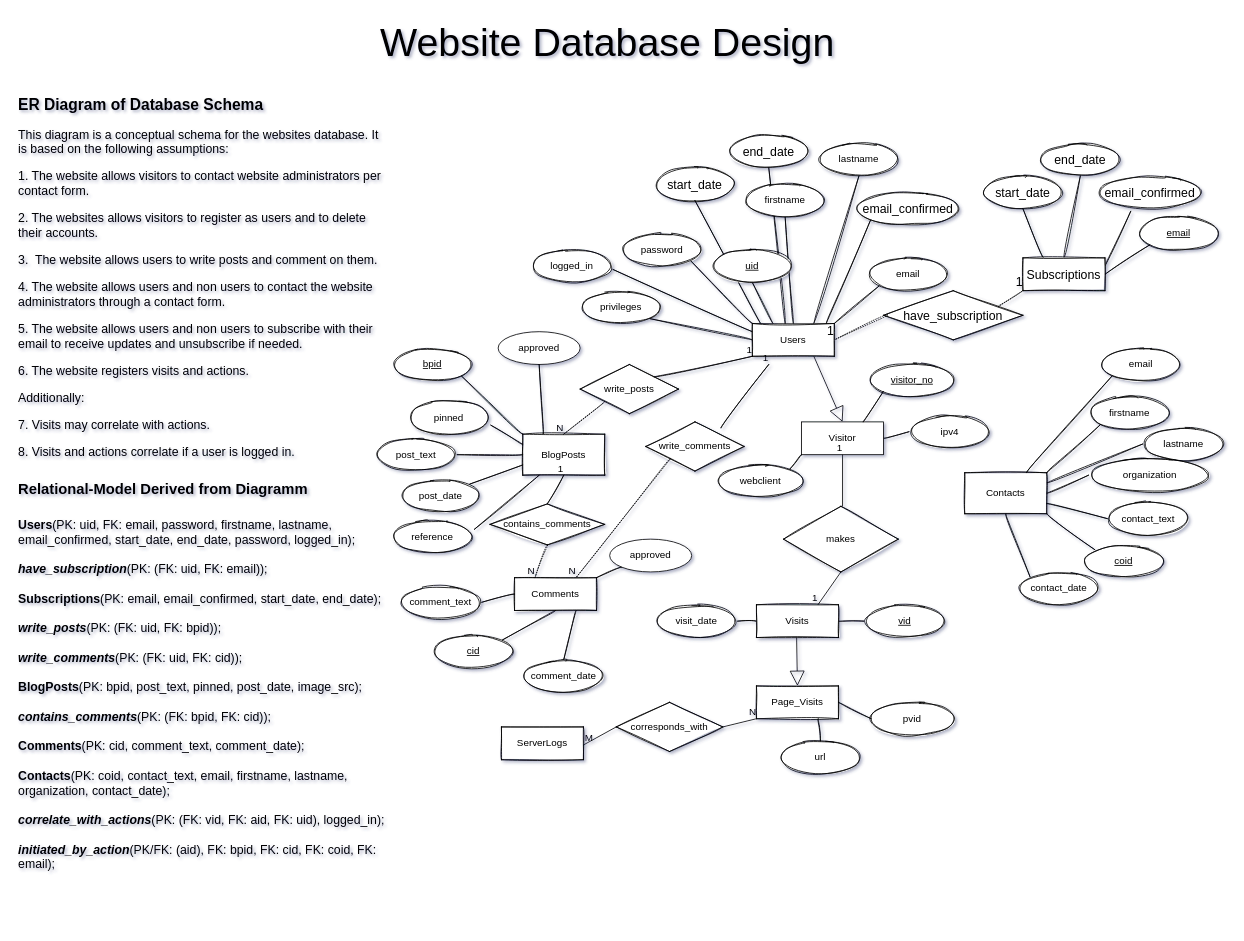
Before: website/db/design/schema_v02.drawio in colinhex/website, a draw.io diagram. Source tidied: cells renumbered, new cells numbered last; positions are measured from the earlier drawing's top-left corner, leaving out a move shared by most shapes. Both pictures are drawn from the tidied source at 82%, with x=0, y=0 at pixel (14, 14).
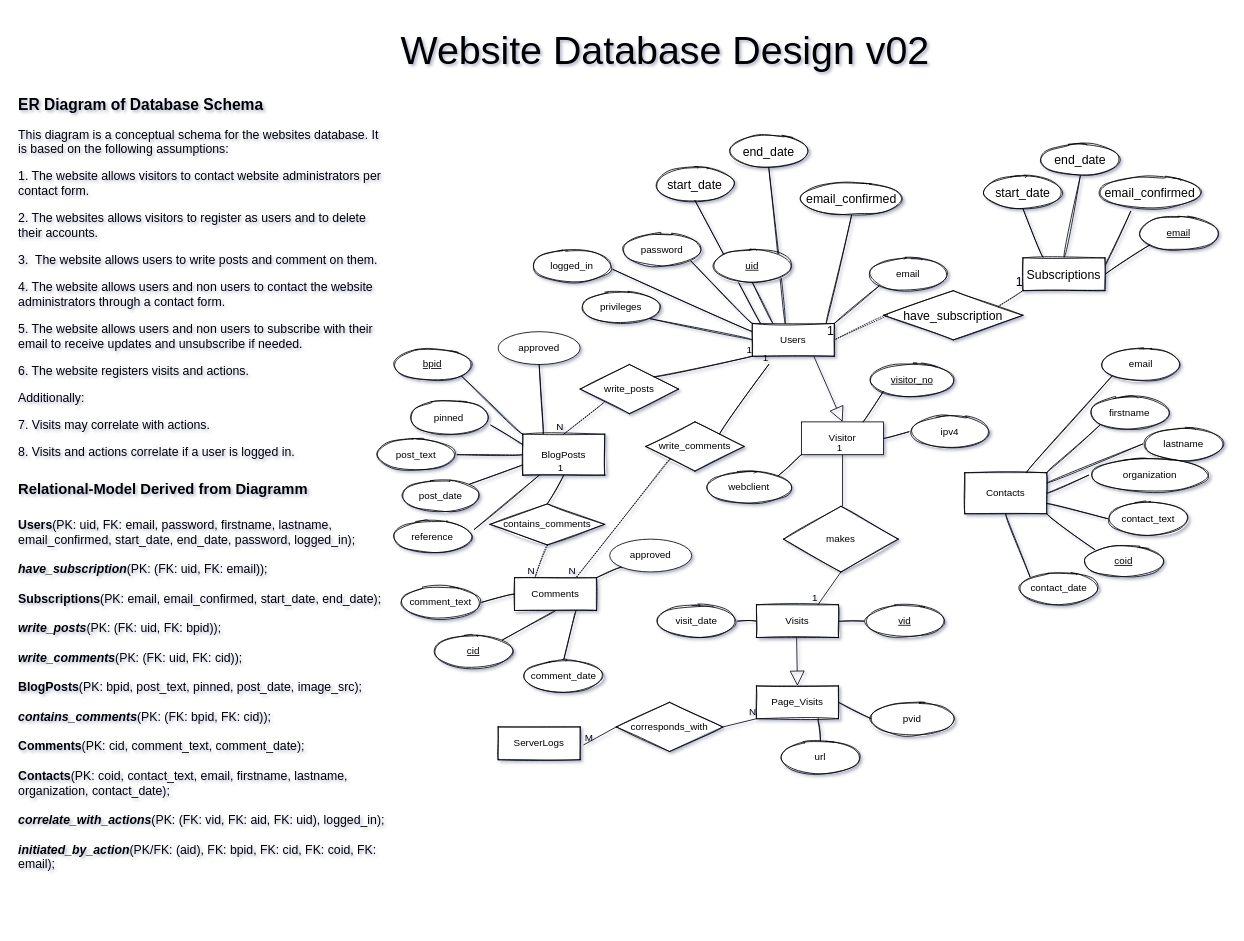
The same page after the edit.

The change refers to these unchanged cells:
```xml
<mxCell id="31" value="Users" style="whiteSpace=wrap;html=1;align=center;sketch=1;" parent="1" vertex="1">
  <mxGeometry x="900" y="377" width="100" height="40" as="geometry" />
</mxCell>
<mxCell id="53" value="write_comments" style="shape=rhombus;perimeter=rhombusPerimeter;whiteSpace=wrap;html=1;align=center;sketch=1;" parent="1" vertex="1">
  <mxGeometry x="770" y="497" width="120" height="60" as="geometry" />
</mxCell>
```

The edit, as a diff of the source:
```diff
@@
-    <mxCell id="35" style="endArrow=none;html=1;exitX=0.5;exitY=0;exitDx=0;exitDy=0;entryX=0.5;entryY=1;entryDx=0;entryDy=0;sketch=1;curved=1;" parent="1" edge="1" source="31" target="81">
-      <mxGeometry relative="1" as="geometry" />
-    </mxCell>
@@
-    <mxCell id="50" value="lastname" style="ellipse;whiteSpace=wrap;html=1;align=center;sketch=1;" parent="1" vertex="1">
-      <mxGeometry x="980" y="157" width="100" height="40" as="geometry" />
-    </mxCell>
-    <mxCell id="51" style="endArrow=none;html=1;exitX=0.75;exitY=0;exitDx=0;exitDy=0;entryX=0.5;entryY=1;entryDx=0;entryDy=0;sketch=1;curved=1;" parent="1" edge="1" source="31" target="50">
-      <mxGeometry relative="1" as="geometry" />
-    </mxCell>
@@
-    <mxCell id="54" style="endArrow=none;html=1;exitX=0.762;exitY=0.13;exitDx=0;exitDy=0;exitPerimeter=0;sketch=1;curved=1;" parent="1" edge="1" source="53">
+    <mxCell id="54" style="endArrow=none;html=1;exitX=1;exitY=0;exitDx=0;exitDy=0;sketch=1;curved=1;" parent="1" edge="1" source="53">
       <mxGeometry relative="1" as="geometry">
         <mxPoint x="920" y="427" as="targetPoint" />
       </mxGeometry>
     </mxCell>
@@
     <mxCell id="75" value="email_confirmed" style="ellipse;whiteSpace=wrap;html=1;align=center;fontSize=15;sketch=1;" parent="1" vertex="1">
-      <mxGeometry x="1025" y="217" width="130" height="40" as="geometry" />
+      <mxGeometry x="956" y="205" width="130" height="40" as="geometry" />
     </mxCell>
-    <mxCell id="76" style="endArrow=none;html=1;entryX=0;entryY=1;entryDx=0;entryDy=0;sketch=1;curved=1;" parent="1" edge="1" target="75">
+    <mxCell id="76" style="endArrow=none;html=1;entryX=0.5;entryY=1;entryDx=0;entryDy=0;sketch=1;curved=1;" parent="1" edge="1" target="75">
       <mxGeometry relative="1" as="geometry">
         <mxPoint x="990" y="377" as="sourcePoint" />
       </mxGeometry>
     </mxCell>
@@
-    <mxCell id="81" value="firstname" style="ellipse;whiteSpace=wrap;html=1;align=center;sketch=1;" parent="1" vertex="1">
-      <mxGeometry x="890" y="207" width="100" height="40" as="geometry" />
-    </mxCell>
@@
-    <mxCell id="98" value="&lt;font style=&quot;font-size: 48px&quot;&gt;Website Database Design&lt;/font&gt;" style="text;html=1;strokeColor=none;fillColor=none;align=center;verticalAlign=middle;whiteSpace=wrap;rounded=0;sketch=1;" parent="1" vertex="1">
-      <mxGeometry x="268" width="911" height="68" as="geometry" />
-    </mxCell>
@@
     <mxCell id="103" value="webclient" style="ellipse;whiteSpace=wrap;html=1;align=center;sketch=1;" parent="1" vertex="1">
-      <mxGeometry x="860" y="549" width="100" height="40" as="geometry" />
+      <mxGeometry x="846" y="557" width="100" height="40" as="geometry" />
     </mxCell>
@@
     <mxCell id="106" value="ServerLogs" style="whiteSpace=wrap;html=1;align=center;sketch=1;" parent="1" vertex="1">
-      <mxGeometry x="594" y="869" width="100" height="40" as="geometry" />
+      <mxGeometry x="590" y="869" width="100" height="40" as="geometry" />
     </mxCell>
@@
+    <mxCell id="122" value="&lt;font style=&quot;font-size: 48px&quot;&gt;Website Database Design v02&amp;nbsp;&lt;/font&gt;" style="text;html=1;strokeColor=none;fillColor=none;align=center;verticalAlign=middle;whiteSpace=wrap;rounded=0;sketch=1;" parent="1" vertex="1">
+      <mxGeometry x="375" y="10" width="851" height="68" as="geometry" />
+    </mxCell>
```
